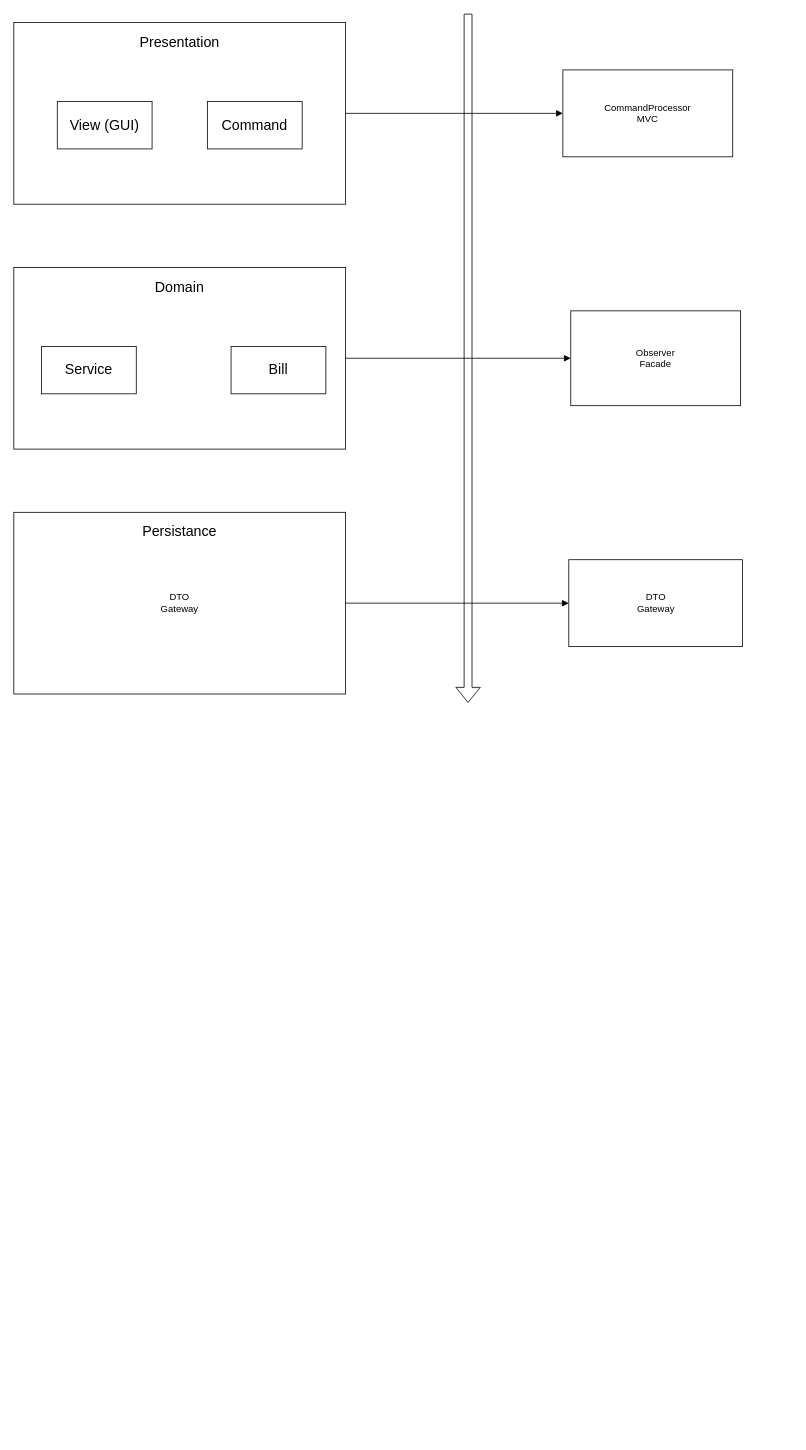
Above: page "Kiến Trúc Phần Mềm" (8 of 8) of Thiet-ke/thiet_ke.drawio in longvo00221/quan-ly-khach-san (draw.io), before the change. Source tidied: cells renumbered, new cells numbered last; positions are measured from the earlier drawing's top-left corner, leaving out a move shared by most shapes. Both pictures are drawn from the tidied source at 79%, with x=0, y=0 at pixel (13, 13).
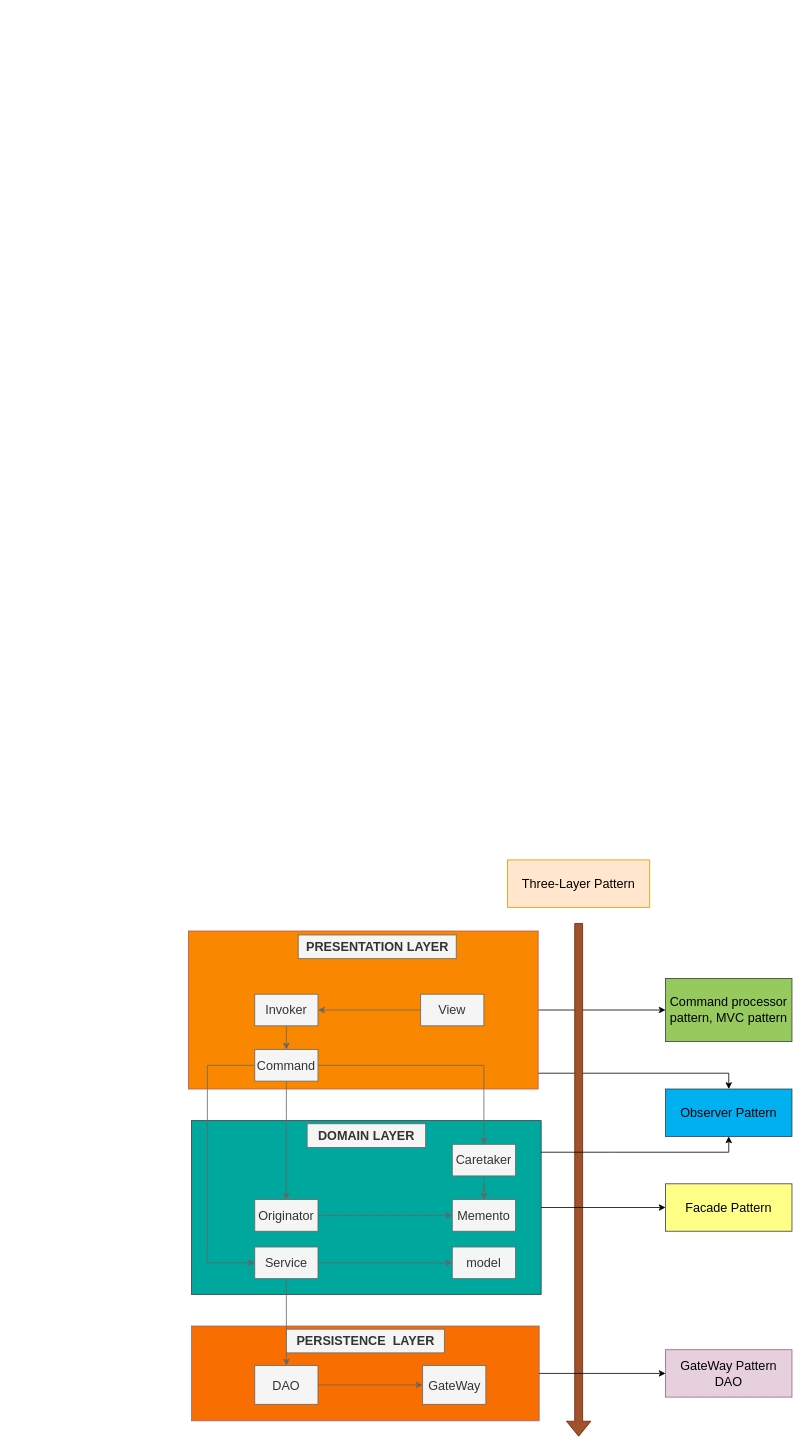
Above is the later version.

What changed in the source:
```diff
@@
-    <mxCell id="2" style="edgeStyle=orthogonalEdgeStyle;html=1;fontSize=18;endArrow=block;endFill=1;" parent="1" edge="1" source="3" target="15">
-      <mxGeometry relative="1" as="geometry" />
-    </mxCell>
-    <mxCell id="3" style="rounded=0;whiteSpace=wrap;html=1;" parent="1" vertex="1">
-      <mxGeometry y="11" width="420" height="230" as="geometry" />
-    </mxCell>
-    <mxCell id="4" style="edgeStyle=orthogonalEdgeStyle;html=1;fontSize=18;endArrow=block;endFill=1;" parent="1" edge="1" source="5" target="16">
-      <mxGeometry relative="1" as="geometry" />
-    </mxCell>
-    <mxCell id="5" style="rounded=0;whiteSpace=wrap;html=1;" parent="1" vertex="1">
-      <mxGeometry y="321" width="420" height="230" as="geometry" />
-    </mxCell>
-    <mxCell id="6" style="edgeStyle=orthogonalEdgeStyle;html=1;fontSize=18;endArrow=block;endFill=1;" parent="1" edge="1" source="7" target="17">
-      <mxGeometry relative="1" as="geometry" />
-    </mxCell>
-    <mxCell id="7" value="DTO&lt;br&gt;Gateway" style="rounded=0;whiteSpace=wrap;html=1;" parent="1" vertex="1">
-      <mxGeometry y="631" width="420" height="230" as="geometry" />
-    </mxCell>
-    <mxCell id="8" value="&lt;font style=&quot;font-size: 18px;&quot;&gt;Presentation&lt;/font&gt;" style="text;html=1;strokeColor=none;fillColor=none;align=center;verticalAlign=middle;whiteSpace=wrap;rounded=0;" parent="1" vertex="1">
-      <mxGeometry x="180" y="21" width="60" height="30" as="geometry" />
-    </mxCell>
-    <mxCell id="9" value="&lt;font style=&quot;font-size: 18px;&quot;&gt;Domain&lt;/font&gt;" style="text;html=1;strokeColor=none;fillColor=none;align=center;verticalAlign=middle;whiteSpace=wrap;rounded=0;" parent="1" vertex="1">
-      <mxGeometry x="180" y="331" width="60" height="30" as="geometry" />
-    </mxCell>
-    <mxCell id="10" value="&lt;font style=&quot;font-size: 18px;&quot;&gt;Persistance&lt;/font&gt;" style="text;html=1;strokeColor=none;fillColor=none;align=center;verticalAlign=middle;whiteSpace=wrap;rounded=0;" parent="1" vertex="1">
-      <mxGeometry x="180" y="641" width="60" height="30" as="geometry" />
-    </mxCell>
-    <mxCell id="11" value="View (GUI)" style="rounded=0;whiteSpace=wrap;html=1;fontSize=18;" parent="1" vertex="1">
-      <mxGeometry x="55" y="111" width="120" height="60" as="geometry" />
-    </mxCell>
+    <mxCell id="19" style="whiteSpace=wrap;html=1;fillColor=#f86e01;strokeColor=#996185;gradientColor=none;fontSize=16;" parent="1" vertex="1">
+      <mxGeometry x="225" y="1661" width="440" height="120" as="geometry" />
+    </mxCell>
+    <mxCell id="20" style="whiteSpace=wrap;html=1;fillColor=#00a79d;strokeColor=#36393d;fontSize=16;" parent="1" vertex="1">
+      <mxGeometry x="225" y="1401" width="442.5" height="220" as="geometry" />
+    </mxCell>
+    <mxCell id="21" style="edgeStyle=orthogonalEdgeStyle;rounded=0;jettySize=auto;html=1;fontSize=16;" parent="1" edge="1" source="23" target="38">
+      <mxGeometry relative="1" as="geometry">
+        <Array as="points">
+          <mxPoint x="905" y="1341" />
+        </Array>
+      </mxGeometry>
+    </mxCell>
+    <mxCell id="22" style="edgeStyle=orthogonalEdgeStyle;rounded=0;jettySize=auto;html=1;fontSize=16;" parent="1" edge="1" source="23" target="49">
+      <mxGeometry relative="1" as="geometry" />
+    </mxCell>
+    <mxCell id="23" style="whiteSpace=wrap;html=1;fillColor=#f98700;strokeColor=#b85450;fontSize=16;" parent="1" vertex="1">
+      <mxGeometry x="221.2" y="1161" width="442.5" height="200" as="geometry" />
+    </mxCell>
+    <mxCell id="24" value="&lt;span style=&quot;font-size: 16px;&quot;&gt;PRESENTATION LAYER&lt;/span&gt;" style="text;html=1;align=center;verticalAlign=middle;strokeColor=#666666;fillColor=#f5f5f5;fontStyle=1;fontColor=#333333;fontSize=16;" parent="1" vertex="1">
+      <mxGeometry x="360" y="1166" width="200" height="30" as="geometry" />
+    </mxCell>
+    <mxCell id="25" style="shape=flexArrow;endArrow=classic;html=1;rounded=0;fillColor=#a0522d;strokeColor=#6D1F00;fontSize=16;" parent="1" edge="1">
+      <mxGeometry relative="1" as="geometry">
+        <mxPoint x="715" y="1151" as="sourcePoint" />
+        <mxPoint x="715" y="1801" as="targetPoint" />
+      </mxGeometry>
+    </mxCell>
+    <mxCell id="26" value="Three-Layer Pattern" style="whiteSpace=wrap;html=1;fillColor=#ffe6cc;strokeColor=#d79b00;fontSize=16;" parent="1" vertex="1">
+      <mxGeometry x="625" y="1071" width="180" height="60" as="geometry" />
+    </mxCell>
+    <mxCell id="27" value="GateWay Pattern&lt;br style=&quot;font-size: 16px;&quot;&gt;DAO" style="whiteSpace=wrap;html=1;fillColor=#e6d0de;strokeColor=#996185;gradientColor=none;fontSize=16;" parent="1" vertex="1">
+      <mxGeometry x="825" y="1691" width="160" height="60" as="geometry" />
+    </mxCell>
+    <mxCell id="28" style="edgeStyle=none;rounded=0;jettySize=auto;html=1;fontSize=16;" parent="1" edge="1" source="19" target="27">
+      <mxGeometry relative="1" as="geometry" />
+    </mxCell>
+    <mxCell id="29" value="Facade Pattern" style="whiteSpace=wrap;html=1;fillColor=#ffff88;strokeColor=#36393d;fontSize=16;" parent="1" vertex="1">
+      <mxGeometry x="825" y="1481" width="160" height="60" as="geometry" />
+    </mxCell>
+    <mxCell id="30" style="edgeStyle=none;rounded=0;jettySize=auto;html=1;fontSize=16;" parent="1" edge="1" source="20" target="29">
+      <mxGeometry relative="1" as="geometry" />
+    </mxCell>
+    <mxCell id="31" style="edgeStyle=orthogonalEdgeStyle;rounded=0;jettySize=auto;html=1;fillColor=#f5f5f5;strokeColor=#666666;fontSize=16;" parent="1" edge="1" source="32" target="37">
+      <mxGeometry relative="1" as="geometry" />
+    </mxCell>
+    <mxCell id="32" value="View" style="whiteSpace=wrap;html=1;fillColor=#f5f5f5;strokeColor=#666666;fontColor=#333333;fontSize=16;" parent="1" vertex="1">
+      <mxGeometry x="515" y="1241" width="80" height="40" as="geometry" />
+    </mxCell>
+    <mxCell id="33" style="edgeStyle=orthogonalEdgeStyle;rounded=0;jettySize=auto;html=1;fillColor=#f5f5f5;strokeColor=#666666;fontSize=16;" parent="1" edge="1" source="12" target="46">
+      <mxGeometry relative="1" as="geometry" />
+    </mxCell>
+    <mxCell id="34" style="edgeStyle=orthogonalEdgeStyle;rounded=0;jettySize=auto;html=1;fillColor=#f5f5f5;strokeColor=#666666;fontSize=16;" parent="1" edge="1" target="13">
+      <mxGeometry relative="1" as="geometry">
+        <mxPoint x="305" y="1331" as="sourcePoint" />
+        <Array as="points">
+          <mxPoint x="245" y="1331" />
+          <mxPoint x="245" y="1581" />
+        </Array>
+      </mxGeometry>
+    </mxCell>
+    <mxCell id="35" style="edgeStyle=orthogonalEdgeStyle;rounded=0;jettySize=auto;html=1;fillColor=#f5f5f5;strokeColor=#666666;fontSize=16;" parent="1" edge="1" source="12" target="43">
+      <mxGeometry relative="1" as="geometry" />
+    </mxCell>
-    <mxCell id="12" value="Command" style="rounded=0;whiteSpace=wrap;html=1;fontSize=18;" parent="1" vertex="1">
-      <mxGeometry x="245" y="111" width="120" height="60" as="geometry" />
+    <mxCell id="12" value="Command" style="whiteSpace=wrap;html=1;fillColor=#f5f5f5;strokeColor=#666666;fontColor=#333333;fontSize=16;" parent="1" vertex="1">
+      <mxGeometry x="305" y="1311" width="80" height="40" as="geometry" />
     </mxCell>
+    <mxCell id="36" style="rounded=0;jettySize=auto;html=1;fillColor=#f5f5f5;strokeColor=#666666;fontSize=16;" parent="1" edge="1" source="37" target="12">
+      <mxGeometry relative="1" as="geometry" />
+    </mxCell>
+    <mxCell id="37" value="Invoker" style="whiteSpace=wrap;html=1;fillColor=#f5f5f5;strokeColor=#666666;fontColor=#333333;fontSize=16;" parent="1" vertex="1">
+      <mxGeometry x="305" y="1241" width="80" height="40" as="geometry" />
+    </mxCell>
+    <mxCell id="38" value="Observer Pattern" style="whiteSpace=wrap;html=1;fillColor=#01b0f1;strokeColor=#36393d;fontSize=16;" parent="1" vertex="1">
+      <mxGeometry x="825" y="1361" width="160" height="60" as="geometry" />
+    </mxCell>
+    <mxCell id="39" style="edgeStyle=orthogonalEdgeStyle;rounded=0;jettySize=auto;html=1;fontSize=16;" parent="1" edge="1" source="20" target="38">
+      <mxGeometry relative="1" as="geometry">
+        <Array as="points">
+          <mxPoint x="755" y="1441" />
+          <mxPoint x="755" y="1441" />
+        </Array>
+      </mxGeometry>
+    </mxCell>
+    <mxCell id="40" value="&lt;span style=&quot;font-size: 16px;&quot;&gt;DOMAIN LAYER&lt;/span&gt;" style="text;html=1;align=center;verticalAlign=middle;strokeColor=#666666;fillColor=#f5f5f5;fontStyle=1;fontColor=#333333;fontSize=16;" parent="1" vertex="1">
+      <mxGeometry x="371.3" y="1405" width="150" height="30" as="geometry" />
+    </mxCell>
+    <mxCell id="41" value="model" style="whiteSpace=wrap;html=1;fillColor=#f5f5f5;strokeColor=#666666;fontColor=#333333;fontSize=16;" parent="1" vertex="1">
+      <mxGeometry x="555" y="1561" width="80" height="40" as="geometry" />
+    </mxCell>
+    <mxCell id="42" style="edgeStyle=orthogonalEdgeStyle;rounded=0;jettySize=auto;html=1;fillColor=#f5f5f5;strokeColor=#666666;fontSize=16;" parent="1" edge="1" source="43" target="44">
+      <mxGeometry relative="1" as="geometry" />
+    </mxCell>
+    <mxCell id="43" value="Caretaker" style="whiteSpace=wrap;html=1;fillColor=#f5f5f5;strokeColor=#666666;fontColor=#333333;fontSize=16;" parent="1" vertex="1">
+      <mxGeometry x="555" y="1431" width="80" height="40" as="geometry" />
+    </mxCell>
+    <mxCell id="44" value="Memento" style="whiteSpace=wrap;html=1;fillColor=#f5f5f5;strokeColor=#666666;fontColor=#333333;fontSize=16;" parent="1" vertex="1">
+      <mxGeometry x="555" y="1501" width="80" height="40" as="geometry" />
+    </mxCell>
+    <mxCell id="45" style="edgeStyle=orthogonalEdgeStyle;rounded=0;jettySize=auto;html=1;fillColor=#f5f5f5;strokeColor=#666666;fontSize=16;" parent="1" edge="1" source="46" target="44">
+      <mxGeometry relative="1" as="geometry" />
+    </mxCell>
+    <mxCell id="46" value="Originator" style="whiteSpace=wrap;html=1;fillColor=#f5f5f5;strokeColor=#666666;fontColor=#333333;fontSize=16;" parent="1" vertex="1">
+      <mxGeometry x="305" y="1501" width="80" height="40" as="geometry" />
+    </mxCell>
+    <mxCell id="47" style="edgeStyle=orthogonalEdgeStyle;rounded=0;jettySize=auto;html=1;fillColor=#f5f5f5;strokeColor=#666666;fontSize=16;" parent="1" edge="1" source="13" target="41">
+      <mxGeometry relative="1" as="geometry" />
+    </mxCell>
+    <mxCell id="48" style="edgeStyle=orthogonalEdgeStyle;rounded=0;jettySize=auto;html=1;fillColor=#f5f5f5;strokeColor=#666666;fontSize=16;" parent="1" edge="1" source="13" target="51">
+      <mxGeometry relative="1" as="geometry" />
+    </mxCell>
-    <mxCell id="13" value="Service" style="rounded=0;whiteSpace=wrap;html=1;fontSize=18;" parent="1" vertex="1">
-      <mxGeometry x="35" y="421" width="120" height="60" as="geometry" />
+    <mxCell id="13" value="Service" style="whiteSpace=wrap;html=1;fillColor=#f5f5f5;strokeColor=#666666;fontColor=#333333;fontSize=16;" parent="1" vertex="1">
+      <mxGeometry x="305" y="1561" width="80" height="40" as="geometry" />
     </mxCell>
-    <mxCell id="14" value="Bill" style="rounded=0;whiteSpace=wrap;html=1;fontSize=18;" parent="1" vertex="1">
-      <mxGeometry x="275" y="421" width="120" height="60" as="geometry" />
-    </mxCell>
-    <mxCell id="15" value="CommandProcessor&lt;br&gt;MVC" style="rounded=0;whiteSpace=wrap;html=1;" parent="1" vertex="1">
-      <mxGeometry x="695" y="71" width="215" height="110" as="geometry" />
-    </mxCell>
-    <mxCell id="16" value="Observer&lt;br&gt;Facade" style="rounded=0;whiteSpace=wrap;html=1;" parent="1" vertex="1">
-      <mxGeometry x="705" y="376" width="215" height="120" as="geometry" />
-    </mxCell>
-    <mxCell id="17" value="DTO&lt;br&gt;Gateway" style="rounded=0;whiteSpace=wrap;html=1;" parent="1" vertex="1">
-      <mxGeometry x="702.5" y="691" width="220" height="110" as="geometry" />
-    </mxCell>
-    <mxCell id="18" style="shape=flexArrow;endArrow=classic;html=1;fontSize=18;" parent="1" edge="1">
-      <mxGeometry relative="1" as="geometry">
-        <mxPoint x="575" y="-0.1" as="sourcePoint" />
-        <mxPoint x="575" y="872.1" as="targetPoint" />
-      </mxGeometry>
-    </mxCell>
+    <mxCell id="49" value="Command processor pattern, MVC pattern" style="whiteSpace=wrap;html=1;fillColor=#96ca5e;strokeColor=#36393d;fontSize=16;" parent="1" vertex="1">
+      <mxGeometry x="825" y="1221" width="160" height="80" as="geometry" />
+    </mxCell>
+    <mxCell id="50" value="GateWay" style="whiteSpace=wrap;html=1;fillColor=#f5f5f5;strokeColor=#666666;fontColor=#333333;fontSize=16;" parent="1" vertex="1">
+      <mxGeometry x="517.5" y="1711" width="80" height="49.1" as="geometry" />
+    </mxCell>
+    <mxCell id="51" value="DAO" style="whiteSpace=wrap;html=1;fillColor=#f5f5f5;strokeColor=#666666;fontColor=#333333;fontSize=16;" parent="1" vertex="1">
+      <mxGeometry x="305" y="1711" width="80" height="49.1" as="geometry" />
+    </mxCell>
+    <mxCell id="52" value="&lt;span style=&quot;font-size: 16px;&quot;&gt;PERSISTENCE&amp;nbsp; LAYER&lt;br style=&quot;font-size: 16px;&quot;&gt;&lt;/span&gt;" style="text;html=1;align=center;verticalAlign=middle;strokeColor=#666666;fillColor=#f5f5f5;fontStyle=1;fontColor=#333333;fontSize=16;" parent="1" vertex="1">
+      <mxGeometry x="345" y="1665" width="200" height="30" as="geometry" />
+    </mxCell>
+    <mxCell id="53" style="edgeStyle=orthogonalEdgeStyle;rounded=0;jettySize=auto;html=1;fillColor=#f5f5f5;strokeColor=#666666;fontSize=16;" parent="1" edge="1" source="51" target="50">
+      <mxGeometry relative="1" as="geometry" />
+    </mxCell>
```
